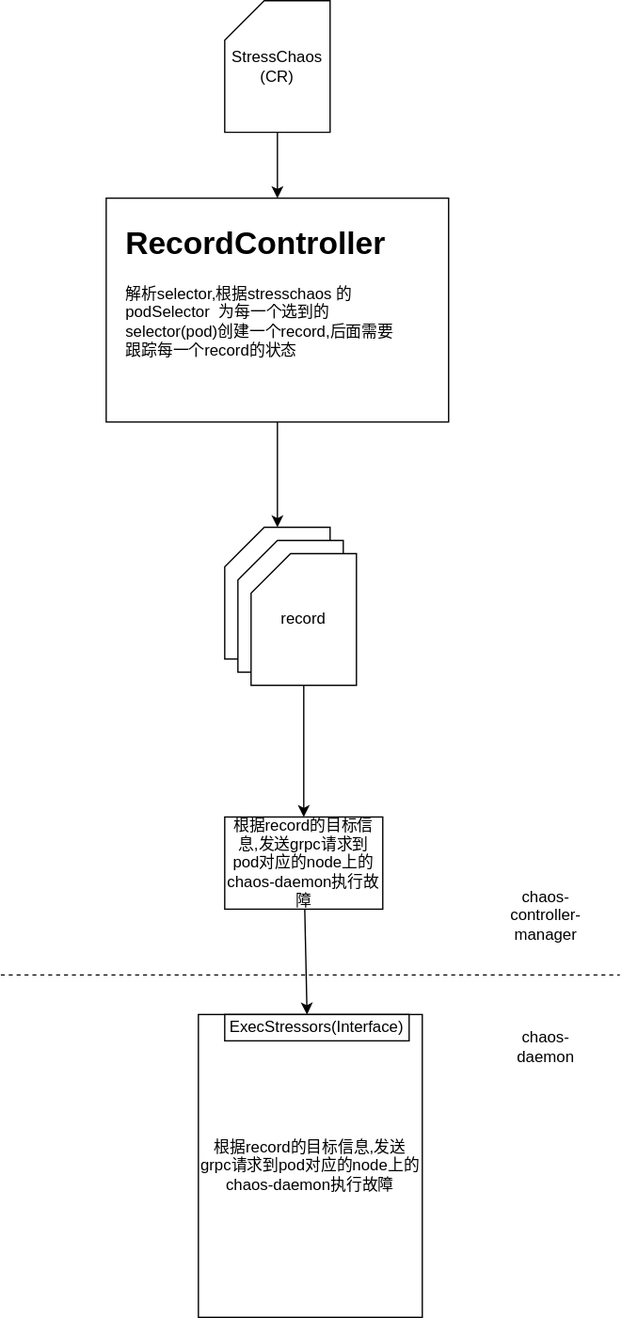
Before: Chaos-mesh/stresschaos.drawio.svg, a diagram exported from draw.io (FanHa/fanha.github.io). Source tidied: cells renumbered, new cells last; positions are measured from the earlier drawing's top-left corner, leaving out a move shared by most shapes. The source it was exported from:
```xml
<mxGraphModel>
  <root>
    <mxCell id="0" />
    <mxCell id="1" parent="0" />
    <mxCell id="2" style="edgeStyle=none;html=1;" parent="1" edge="1" source="3" target="5">
      <mxGeometry relative="1" as="geometry" />
    </mxCell>
    <mxCell id="3" value="StressChaos&lt;br&gt;(CR)" style="shape=card;whiteSpace=wrap;html=1;" parent="1" vertex="1">
      <mxGeometry x="170" width="80" height="100" as="geometry" />
    </mxCell>
    <mxCell id="4" style="edgeStyle=none;html=1;" parent="1" edge="1" source="5">
      <mxGeometry relative="1" as="geometry">
        <mxPoint x="210" y="400" as="targetPoint" />
      </mxGeometry>
    </mxCell>
    <mxCell id="5" value="&lt;span style=&quot;color: rgba(0, 0, 0, 0); font-family: monospace; font-size: 0px; text-align: start;&quot;&gt;%3CmxGraphModel%3E%3Croot%3E%3CmxCell%20id%3D%220%22%2F%3E%3CmxCell%20id%3D%221%22%20parent%3D%220%22%2F%3E%3CmxCell%20id%3D%222%22%20value%3D%22%26lt%3Bh1%26gt%3BRecordController%26lt%3B%2Fh1%26gt%3B%26lt%3Bp%26gt%3B%E8%A7%A3%E6%9E%90selector%2C%E6%A0%B9%E6%8D%AEnetworkchaos%20%E7%9A%84%20podSelector%20%E5%92%8C%20targetSelector%20%E4%B8%BA%E6%AF%8F%E4%B8%80%E4%B8%AA%E9%80%89%E5%88%B0%E7%9A%84selector(pod)%E5%88%9B%E5%BB%BA%E4%B8%80%E4%B8%AArecord%2C%E5%90%8E%E9%9D%A2%E9%9C%80%E8%A6%81%E8%B7%9F%E8%B8%AA%E6%AF%8F%E4%B8%80%E4%B8%AArecord%E7%9A%84%E7%8A%B6%E6%80%81%26lt%3B%2Fp%26gt%3B%22%20style%3D%22text%3Bhtml%3D1%3BstrokeColor%3Dnone%3BfillColor%3Dnone%3Bspacing%3D5%3BspacingTop%3D-20%3BwhiteSpace%3Dwrap%3Boverflow%3Dhidden%3Brounded%3D0%3B%22%20vertex%3D%221%22%20parent%3D%221%22%3E%3CmxGeometry%20x%3D%2270%22%20y%3D%22270%22%20width%3D%22220%22%20height%3D%22140%22%20as%3D%22geometry%22%2F%3E%3C%2FmxCell%3E%3C%2Froot%3E%3C%2FmxGraphModel%3E&lt;/span&gt;" style="whiteSpace=wrap;html=1;fillColor=rgb(255, 255, 255);" parent="1" vertex="1">
      <mxGeometry x="80" y="150" width="260" height="170" as="geometry" />
    </mxCell>
    <mxCell id="6" value="&lt;h1&gt;RecordController&lt;/h1&gt;&lt;p&gt;解析selector,根据stresschaos 的 podSelector&amp;nbsp; 为每一个选到的selector(pod)创建一个record,后面需要跟踪每一个record的状态&lt;/p&gt;" style="text;html=1;strokeColor=none;fillColor=none;spacing=5;spacingTop=-20;whiteSpace=wrap;overflow=hidden;rounded=0;" parent="1" vertex="1">
      <mxGeometry x="90" y="165" width="220" height="140" as="geometry" />
    </mxCell>
    <mxCell id="7" value="record" style="shape=card;whiteSpace=wrap;html=1;" parent="1" vertex="1">
      <mxGeometry x="170" y="400" width="80" height="100" as="geometry" />
    </mxCell>
    <mxCell id="8" value="record" style="shape=card;whiteSpace=wrap;html=1;" parent="1" vertex="1">
      <mxGeometry x="180" y="410" width="80" height="100" as="geometry" />
    </mxCell>
    <mxCell id="9" style="edgeStyle=none;html=1;" parent="1" edge="1" source="10" target="12">
      <mxGeometry relative="1" as="geometry" />
    </mxCell>
    <mxCell id="10" value="record" style="shape=card;whiteSpace=wrap;html=1;" parent="1" vertex="1">
      <mxGeometry x="190" y="420" width="80" height="100" as="geometry" />
    </mxCell>
    <mxCell id="11" style="edgeStyle=none;html=1;" parent="1" edge="1" source="12" target="16">
      <mxGeometry relative="1" as="geometry" />
    </mxCell>
    <mxCell id="12" value="根据record的目标信息,发送grpc请求到pod对应的node上的chaos-daemon执行故障" style="whiteSpace=wrap;html=1;fillColor=rgb(255, 255, 255);" parent="1" vertex="1">
      <mxGeometry x="170" y="620" width="120" height="70" as="geometry" />
    </mxCell>
    <mxCell id="13" style="endArrow=none;dashed=1;html=1;" parent="1" edge="1">
      <mxGeometry relative="1" as="geometry">
        <mxPoint y="740" as="sourcePoint" />
        <mxPoint x="470" y="740" as="targetPoint" />
      </mxGeometry>
    </mxCell>
    <mxCell id="14" value="chaos-controller-manager" style="text;html=1;strokeColor=none;fillColor=none;align=center;verticalAlign=middle;whiteSpace=wrap;rounded=0;" parent="1" vertex="1">
      <mxGeometry x="384" y="680" width="60" height="30" as="geometry" />
    </mxCell>
    <mxCell id="15" value="chaos-daemon" style="text;html=1;strokeColor=none;fillColor=none;align=center;verticalAlign=middle;whiteSpace=wrap;rounded=0;" parent="1" vertex="1">
      <mxGeometry x="384" y="780" width="60" height="30" as="geometry" />
    </mxCell>
    <mxCell id="16" value="根据record的目标信息,发送grpc请求到pod对应的node上的chaos-daemon执行故障" style="whiteSpace=wrap;html=1;fillColor=rgb(255, 255, 255);" parent="1" vertex="1">
      <mxGeometry x="150" y="770" width="170" height="230" as="geometry" />
    </mxCell>
    <mxCell id="17" value="ExecStressors(Interface)" style="rounded=0;whiteSpace=wrap;html=1;" parent="1" vertex="1">
      <mxGeometry x="170" y="770" width="140" height="20" as="geometry" />
    </mxCell>
  </root>
</mxGraphModel>
```
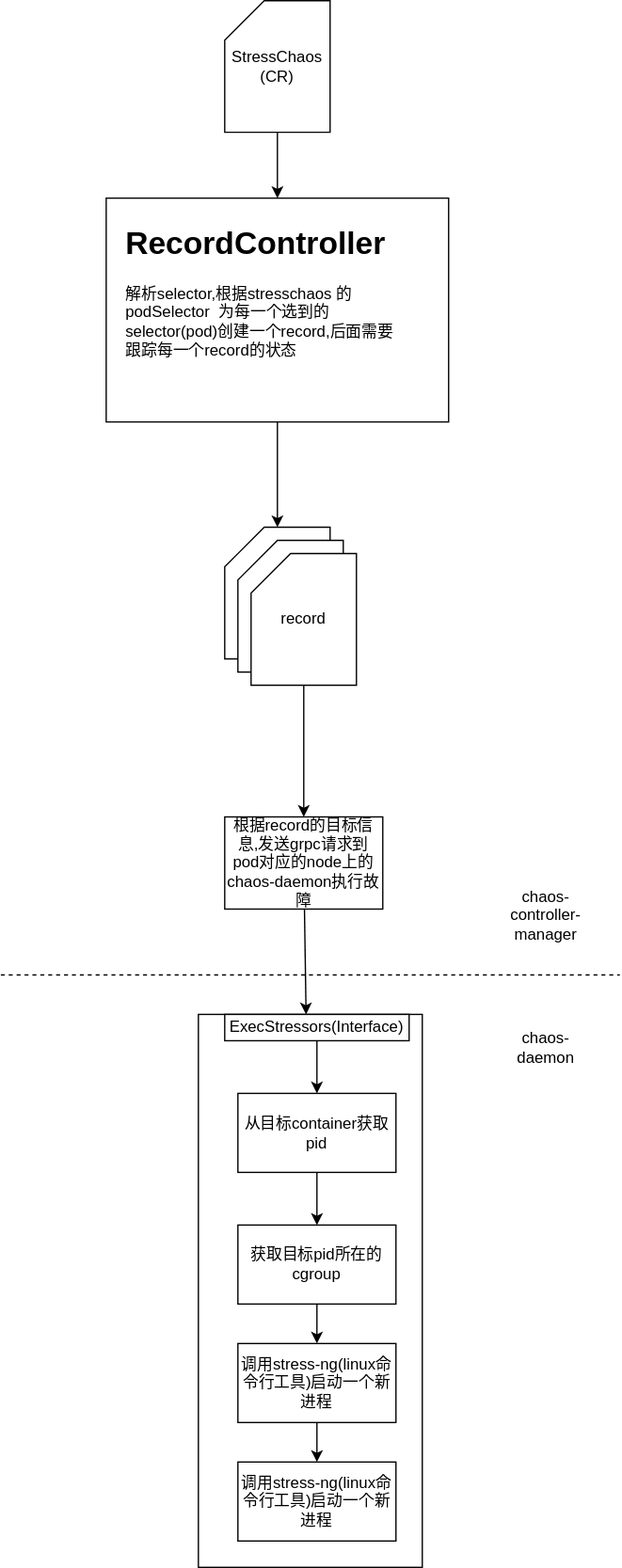
Later version of the same file.

Commit message:
stress chaos update

What changed in the source:
```diff
@@ -49,11 +49,35 @@
     <mxCell id="15" value="chaos-daemon" style="text;html=1;strokeColor=none;fillColor=none;align=center;verticalAlign=middle;whiteSpace=wrap;rounded=0;" parent="1" vertex="1">
       <mxGeometry x="384" y="780" width="60" height="30" as="geometry" />
     </mxCell>
-    <mxCell id="16" value="根据record的目标信息,发送grpc请求到pod对应的node上的chaos-daemon执行故障" style="whiteSpace=wrap;html=1;fillColor=rgb(255, 255, 255);" parent="1" vertex="1">
-      <mxGeometry x="150" y="770" width="170" height="230" as="geometry" />
+    <mxCell id="16" style="whiteSpace=wrap;html=1;fillColor=rgb(255, 255, 255);" parent="1" vertex="1">
+      <mxGeometry x="150" y="770" width="170" height="420" as="geometry" />
     </mxCell>
+    <mxCell id="18" style="edgeStyle=none;html=1;" parent="1" edge="1" source="17" target="20">
+      <mxGeometry relative="1" as="geometry" />
+    </mxCell>
     <mxCell id="17" value="ExecStressors(Interface)" style="rounded=0;whiteSpace=wrap;html=1;" parent="1" vertex="1">
       <mxGeometry x="170" y="770" width="140" height="20" as="geometry" />
     </mxCell>
+    <mxCell id="19" style="edgeStyle=none;html=1;" parent="1" edge="1" source="20" target="22">
+      <mxGeometry relative="1" as="geometry" />
+    </mxCell>
+    <mxCell id="20" value="从目标container获取pid" style="whiteSpace=wrap;html=1;fillColor=rgb(255, 255, 255);rounded=0;" parent="1" vertex="1">
+      <mxGeometry x="180" y="830" width="120" height="60" as="geometry" />
+    </mxCell>
+    <mxCell id="21" style="edgeStyle=none;html=1;" parent="1" edge="1" source="22" target="24">
+      <mxGeometry relative="1" as="geometry" />
+    </mxCell>
+    <mxCell id="22" value="获取目标pid所在的cgroup" style="whiteSpace=wrap;html=1;fillColor=rgb(255, 255, 255);rounded=0;" parent="1" vertex="1">
+      <mxGeometry x="180" y="930" width="120" height="60" as="geometry" />
+    </mxCell>
+    <mxCell id="23" style="edgeStyle=none;html=1;" parent="1" edge="1" source="24" target="25">
+      <mxGeometry relative="1" as="geometry" />
+    </mxCell>
+    <mxCell id="24" value="调用stress-ng(linux命令行工具)启动一个新进程" style="whiteSpace=wrap;html=1;fillColor=rgb(255, 255, 255);rounded=0;" parent="1" vertex="1">
+      <mxGeometry x="180" y="1020" width="120" height="60" as="geometry" />
+    </mxCell>
+    <mxCell id="25" value="调用stress-ng(linux命令行工具)启动一个新进程" style="whiteSpace=wrap;html=1;fillColor=rgb(255, 255, 255);rounded=0;" parent="1" vertex="1">
+      <mxGeometry x="180" y="1110" width="120" height="60" as="geometry" />
+    </mxCell>
   </root>
 </mxGraphModel>
```
